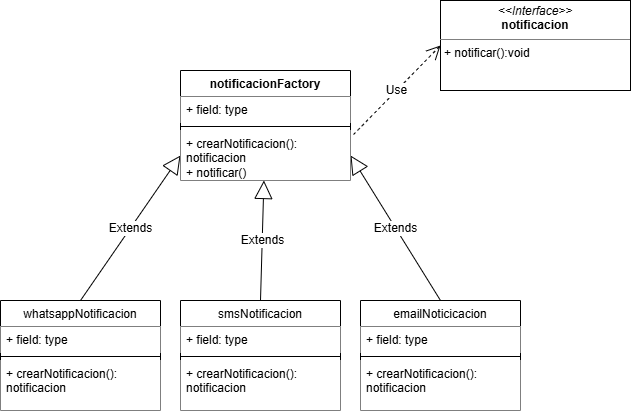
The draw.io diagram 01-Creacionales/Factory/Ejercicio01-SistemaDeNotificaciones/diagramas/DiagramaDeClases.drawio.png in RaulFBS/Patrones-de-Diseno-Java, before a commit. Source tidied: cells renumbered, new cells last; positions are measured from the earlier drawing's top-left corner, leaving out a move shared by most shapes.
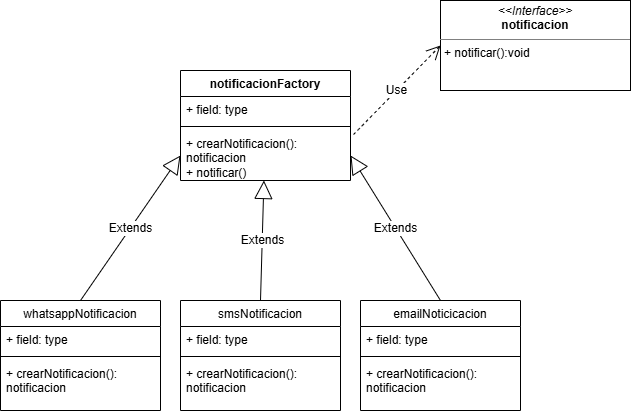
After the commit.

What changed in the source:
```diff
@@ -2,67 +2,70 @@
   <root>
     <mxCell id="0" />
     <mxCell id="1" parent="0" />
+    <mxCell id="23" style="group;fillColor=default;" parent="1" vertex="1">
+      <mxGeometry width="630" height="410" as="geometry" />
+    </mxCell>
-    <mxCell id="2" value="&lt;p style=&quot;margin:0px;margin-top:4px;text-align:center;&quot;&gt;&lt;i&gt;&amp;lt;&amp;lt;Interface&amp;gt;&amp;gt;&lt;/i&gt;&lt;br&gt;&lt;b&gt;notificacion&lt;/b&gt;&lt;/p&gt;&lt;hr size=&quot;1&quot; style=&quot;border-style:solid;&quot;&gt;&lt;p style=&quot;margin:0px;margin-left:4px;&quot;&gt;+ notificar():void&lt;/p&gt;" style="verticalAlign=top;align=left;overflow=fill;html=1;whiteSpace=wrap;" parent="1" vertex="1">
+    <mxCell id="2" value="&lt;p style=&quot;margin:0px;margin-top:4px;text-align:center;&quot;&gt;&lt;i&gt;&amp;lt;&amp;lt;Interface&amp;gt;&amp;gt;&lt;/i&gt;&lt;br&gt;&lt;b&gt;notificacion&lt;/b&gt;&lt;/p&gt;&lt;hr size=&quot;1&quot; style=&quot;border-style:solid;&quot;&gt;&lt;p style=&quot;margin:0px;margin-left:4px;&quot;&gt;+ notificar():void&lt;/p&gt;" style="verticalAlign=top;align=left;overflow=fill;html=1;whiteSpace=wrap;" parent="23" vertex="1">
       <mxGeometry x="440" width="190" height="90" as="geometry" />
     </mxCell>
-    <mxCell id="3" value="&lt;span style=&quot;font-weight: 400;&quot;&gt;emailNoticicacion&lt;/span&gt;" style="swimlane;fontStyle=1;align=center;verticalAlign=top;horizontal=1;startSize=26;whiteSpace=wrap;html=1;" parent="1" vertex="1">
+    <mxCell id="3" value="&lt;span style=&quot;font-weight: 400;&quot;&gt;emailNoticicacion&lt;/span&gt;" style="swimlane;fontStyle=1;align=center;verticalAlign=top;horizontal=1;startSize=26;whiteSpace=wrap;html=1;" parent="23" vertex="1">
       <mxGeometry x="360" y="300" width="160" height="110" as="geometry" />
     </mxCell>
-    <mxCell id="4" value="+ field: type" style="text;strokeColor=none;fillColor=default;align=left;verticalAlign=top;spacingLeft=4;spacingRight=4;overflow=hidden;whiteSpace=wrap;html=1;" parent="3" vertex="1">
+    <mxCell id="4" value="+ field: type" style="text;align=left;verticalAlign=top;spacingLeft=4;spacingRight=4;overflow=hidden;whiteSpace=wrap;html=1;" parent="3" vertex="1">
       <mxGeometry y="26" width="160" height="26" as="geometry" />
     </mxCell>
-    <mxCell id="5" style="line;strokeWidth=1;fillColor=none;align=left;verticalAlign=middle;spacingTop=-1;spacingLeft=3;spacingRight=3;labelPosition=right;strokeColor=inherit;" parent="3" vertex="1">
+    <mxCell id="5" style="line;strokeWidth=1;align=left;verticalAlign=middle;spacingTop=-1;spacingLeft=3;spacingRight=3;labelPosition=right;" parent="3" vertex="1">
       <mxGeometry y="52" width="160" height="8" as="geometry" />
     </mxCell>
-    <mxCell id="6" value="+ crearNotificacion(): notificacion" style="text;strokeColor=none;fillColor=default;align=left;verticalAlign=top;spacingLeft=4;spacingRight=4;overflow=hidden;whiteSpace=wrap;html=1;" parent="3" vertex="1">
+    <mxCell id="6" value="+ crearNotificacion(): notificacion" style="text;align=left;verticalAlign=top;spacingLeft=4;spacingRight=4;overflow=hidden;whiteSpace=wrap;html=1;" parent="3" vertex="1">
       <mxGeometry y="60" width="160" height="50" as="geometry" />
     </mxCell>
-    <mxCell id="7" value="&lt;span style=&quot;font-weight: 400;&quot;&gt;whatsappNotificacion&lt;/span&gt;" style="swimlane;fontStyle=1;align=center;verticalAlign=top;horizontal=1;startSize=26;whiteSpace=wrap;html=1;" parent="1" vertex="1">
+    <mxCell id="7" value="&lt;span style=&quot;font-weight: 400;&quot;&gt;whatsappNotificacion&lt;/span&gt;" style="swimlane;fontStyle=1;align=center;verticalAlign=top;horizontal=1;startSize=26;whiteSpace=wrap;html=1;" parent="23" vertex="1">
       <mxGeometry y="300" width="160" height="110" as="geometry" />
     </mxCell>
-    <mxCell id="8" value="+ field: type" style="text;strokeColor=none;fillColor=default;align=left;verticalAlign=top;spacingLeft=4;spacingRight=4;overflow=hidden;whiteSpace=wrap;html=1;" parent="7" vertex="1">
+    <mxCell id="8" value="+ field: type" style="text;align=left;verticalAlign=top;spacingLeft=4;spacingRight=4;overflow=hidden;whiteSpace=wrap;html=1;" parent="7" vertex="1">
       <mxGeometry y="26" width="160" height="26" as="geometry" />
     </mxCell>
-    <mxCell id="9" style="line;strokeWidth=1;fillColor=none;align=left;verticalAlign=middle;spacingTop=-1;spacingLeft=3;spacingRight=3;labelPosition=right;strokeColor=inherit;" parent="7" vertex="1">
+    <mxCell id="9" style="line;strokeWidth=1;align=left;verticalAlign=middle;spacingTop=-1;spacingLeft=3;spacingRight=3;labelPosition=right;" parent="7" vertex="1">
       <mxGeometry y="52" width="160" height="8" as="geometry" />
     </mxCell>
-    <mxCell id="10" value="+ crearNotificacion(): notificacion" style="text;strokeColor=none;fillColor=default;align=left;verticalAlign=top;spacingLeft=4;spacingRight=4;overflow=hidden;whiteSpace=wrap;html=1;" parent="7" vertex="1">
+    <mxCell id="10" value="+ crearNotificacion(): notificacion" style="text;align=left;verticalAlign=top;spacingLeft=4;spacingRight=4;overflow=hidden;whiteSpace=wrap;html=1;" parent="7" vertex="1">
       <mxGeometry y="60" width="160" height="50" as="geometry" />
     </mxCell>
-    <mxCell id="11" value="&lt;span style=&quot;font-weight: 400;&quot;&gt;smsNotificacion&lt;/span&gt;" style="swimlane;fontStyle=1;align=center;verticalAlign=top;horizontal=1;startSize=26;whiteSpace=wrap;html=1;" parent="1" vertex="1">
+    <mxCell id="11" value="&lt;span style=&quot;font-weight: 400;&quot;&gt;smsNotificacion&lt;/span&gt;" style="swimlane;fontStyle=1;align=center;verticalAlign=top;horizontal=1;startSize=26;whiteSpace=wrap;html=1;" parent="23" vertex="1">
       <mxGeometry x="180" y="300" width="160" height="110" as="geometry" />
     </mxCell>
-    <mxCell id="12" value="+ field: type" style="text;strokeColor=none;fillColor=default;align=left;verticalAlign=top;spacingLeft=4;spacingRight=4;overflow=hidden;whiteSpace=wrap;html=1;" parent="11" vertex="1">
+    <mxCell id="12" value="+ field: type" style="text;align=left;verticalAlign=top;spacingLeft=4;spacingRight=4;overflow=hidden;whiteSpace=wrap;html=1;" parent="11" vertex="1">
       <mxGeometry y="26" width="160" height="26" as="geometry" />
     </mxCell>
-    <mxCell id="13" style="line;strokeWidth=1;fillColor=none;align=left;verticalAlign=middle;spacingTop=-1;spacingLeft=3;spacingRight=3;labelPosition=right;strokeColor=inherit;" parent="11" vertex="1">
+    <mxCell id="13" style="line;strokeWidth=1;align=left;verticalAlign=middle;spacingTop=-1;spacingLeft=3;spacingRight=3;labelPosition=right;" parent="11" vertex="1">
       <mxGeometry y="52" width="160" height="8" as="geometry" />
     </mxCell>
-    <mxCell id="14" value="+ crearNotificacion(): notificacion" style="text;strokeColor=none;fillColor=default;align=left;verticalAlign=top;spacingLeft=4;spacingRight=4;overflow=hidden;whiteSpace=wrap;html=1;" parent="11" vertex="1">
+    <mxCell id="14" value="+ crearNotificacion(): notificacion" style="text;align=left;verticalAlign=top;spacingLeft=4;spacingRight=4;overflow=hidden;whiteSpace=wrap;html=1;" parent="11" vertex="1">
       <mxGeometry y="60" width="160" height="50" as="geometry" />
     </mxCell>
-    <mxCell id="15" value="Extends" style="endArrow=block;endSize=16;endFill=0;html=1;rounded=0;fontSize=12;curved=1;exitX=0.5;exitY=0;exitDx=0;exitDy=0;entryX=0;entryY=0.5;entryDx=0;entryDy=0;" parent="1" edge="1" source="7" target="21">
+    <mxCell id="15" value="Extends" style="endArrow=block;endSize=16;endFill=0;html=1;rounded=0;fontSize=12;curved=1;exitX=0.5;exitY=0;exitDx=0;exitDy=0;entryX=0;entryY=0.5;entryDx=0;entryDy=0;" parent="23" edge="1" source="7" target="21">
       <mxGeometry relative="1" as="geometry" />
     </mxCell>
-    <mxCell id="16" value="Extends" style="endArrow=block;endSize=16;endFill=0;html=1;rounded=0;fontSize=12;curved=1;exitX=0.5;exitY=0;exitDx=0;exitDy=0;" parent="1" edge="1" source="11" target="18">
+    <mxCell id="16" value="Extends" style="endArrow=block;endSize=16;endFill=0;html=1;rounded=0;fontSize=12;curved=1;exitX=0.5;exitY=0;exitDx=0;exitDy=0;" parent="23" edge="1" source="11" target="18">
       <mxGeometry relative="1" as="geometry" />
     </mxCell>
-    <mxCell id="17" value="Extends" style="endArrow=block;endSize=16;endFill=0;html=1;rounded=0;fontSize=12;curved=1;exitX=0.5;exitY=0;exitDx=0;exitDy=0;entryX=1;entryY=0.5;entryDx=0;entryDy=0;" parent="1" edge="1" source="3" target="21">
+    <mxCell id="17" value="Extends" style="endArrow=block;endSize=16;endFill=0;html=1;rounded=0;fontSize=12;curved=1;exitX=0.5;exitY=0;exitDx=0;exitDy=0;entryX=1;entryY=0.5;entryDx=0;entryDy=0;" parent="23" edge="1" source="3" target="21">
       <mxGeometry relative="1" as="geometry" />
     </mxCell>
-    <mxCell id="18" value="notificacionFactory" style="swimlane;fontStyle=1;align=center;verticalAlign=top;horizontal=1;startSize=26;whiteSpace=wrap;html=1;" parent="1" vertex="1">
+    <mxCell id="18" value="notificacionFactory" style="swimlane;fontStyle=1;align=center;verticalAlign=top;horizontal=1;startSize=26;whiteSpace=wrap;html=1;" parent="23" vertex="1">
       <mxGeometry x="180" y="70" width="170" height="110" as="geometry" />
     </mxCell>
-    <mxCell id="19" value="+ field: type" style="text;strokeColor=none;fillColor=default;align=left;verticalAlign=top;spacingLeft=4;spacingRight=4;overflow=hidden;whiteSpace=wrap;html=1;" parent="18" vertex="1">
+    <mxCell id="19" value="+ field: type" style="text;align=left;verticalAlign=top;spacingLeft=4;spacingRight=4;overflow=hidden;whiteSpace=wrap;html=1;" parent="18" vertex="1">
       <mxGeometry y="26" width="170" height="26" as="geometry" />
     </mxCell>
-    <mxCell id="20" style="line;strokeWidth=1;fillColor=none;align=left;verticalAlign=middle;spacingTop=-1;spacingLeft=3;spacingRight=3;labelPosition=right;strokeColor=inherit;" parent="18" vertex="1">
+    <mxCell id="20" style="line;strokeWidth=1;align=left;verticalAlign=middle;spacingTop=-1;spacingLeft=3;spacingRight=3;labelPosition=right;" parent="18" vertex="1">
       <mxGeometry y="52" width="170" height="8" as="geometry" />
     </mxCell>
-    <mxCell id="21" value="+ crearNotificacion(): notificacion&lt;div&gt;+ notificar()&lt;/div&gt;" style="text;strokeColor=none;fillColor=default;align=left;verticalAlign=top;spacingLeft=4;spacingRight=4;overflow=hidden;points=[[0,0.5],[1,0.5]];portConstraint=eastwest;whiteSpace=wrap;html=1;" parent="18" vertex="1">
+    <mxCell id="21" value="+ crearNotificacion(): notificacion&lt;div&gt;+ notificar()&lt;/div&gt;" style="text;align=left;verticalAlign=top;spacingLeft=4;spacingRight=4;overflow=hidden;points=[[0,0.5],[1,0.5]];portConstraint=eastwest;whiteSpace=wrap;html=1;fillStyle=solid;" parent="18" vertex="1">
       <mxGeometry y="60" width="170" height="50" as="geometry" />
     </mxCell>
-    <mxCell id="22" value="Use" style="endArrow=open;endSize=12;dashed=1;html=1;rounded=0;fontSize=12;curved=1;entryX=0;entryY=0.5;entryDx=0;entryDy=0;exitX=1.018;exitY=0.08;exitDx=0;exitDy=0;exitPerimeter=0;" parent="1" edge="1" source="21" target="2">
+    <mxCell id="22" value="Use" style="endArrow=open;endSize=12;dashed=1;html=1;rounded=0;fontSize=12;curved=1;entryX=0;entryY=0.5;entryDx=0;entryDy=0;exitX=1.018;exitY=0.08;exitDx=0;exitDy=0;exitPerimeter=0;" parent="23" edge="1" source="21" target="2">
       <mxGeometry relative="1" as="geometry" />
     </mxCell>
   </root>
```
